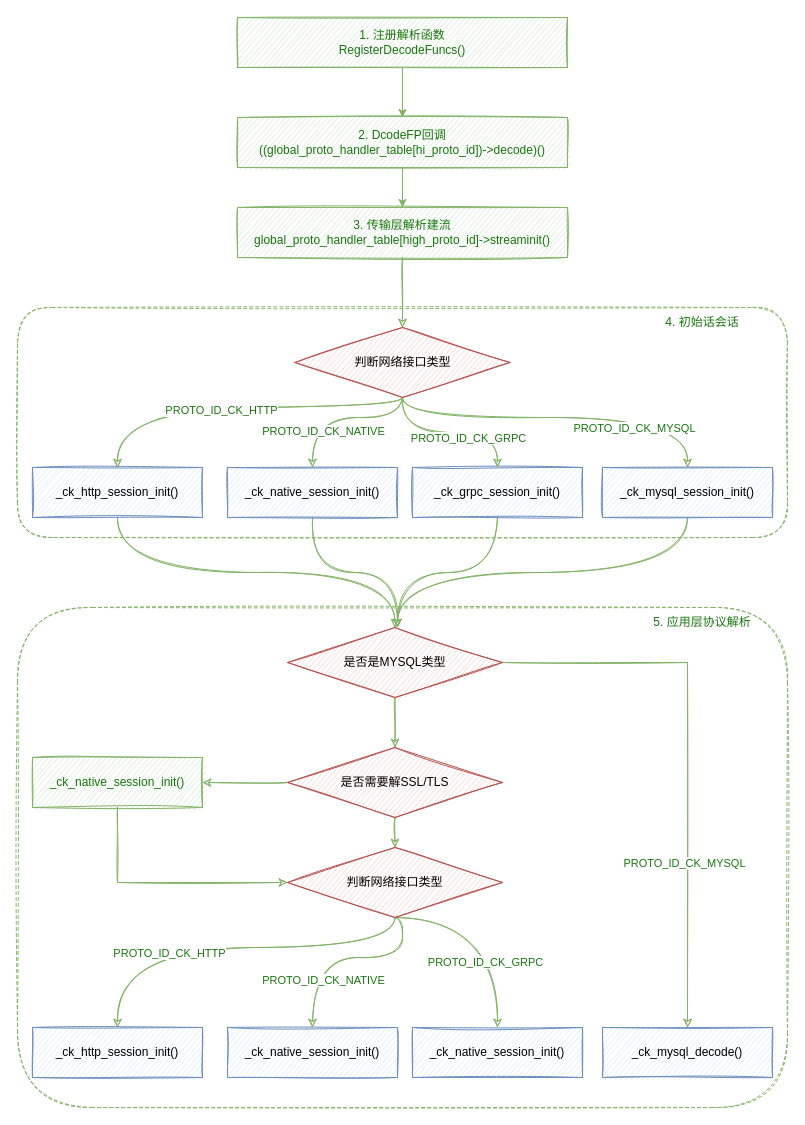
This is ck parse progess.drawio from leonce28/draw-io-img, a draw.io file, before an edit. Source tidied: cells renumbered, new cells numbered last; positions are measured from the earlier drawing's top-left corner, leaving out a move shared by most shapes. Both pictures are drawn from the tidied source at 100%, with x=0, y=0 at pixel (17, 17).
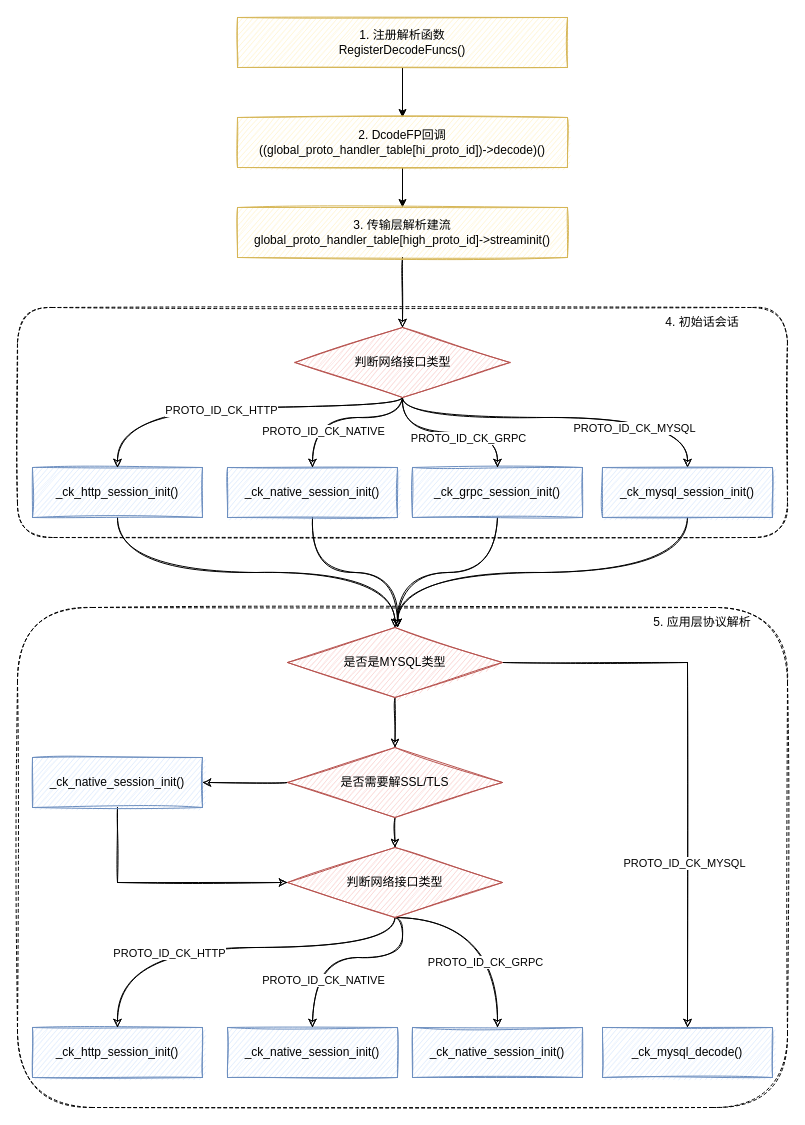
Above is the later version.

The change refers to these unchanged cells:
```xml
<mxCell id="11" value="_ck_native_session_init()" style="rounded=0;whiteSpace=wrap;html=1;fillStyle=auto;fillColor=#dae8fc;gradientDirection=north;sketch=1;strokeColor=#6c8ebf;" parent="1" vertex="1">
  <mxGeometry x="210" y="450" width="170" height="50" as="geometry" />
</mxCell>
<mxCell id="13" value="_ck_http_session_init()" style="rounded=0;whiteSpace=wrap;html=1;fillStyle=auto;fillColor=#dae8fc;gradientDirection=north;sketch=1;strokeColor=#6c8ebf;" parent="1" vertex="1">
  <mxGeometry x="15" y="450" width="170" height="50" as="geometry" />
</mxCell>
<mxCell id="15" value="_ck_grpc_session_init()" style="rounded=0;whiteSpace=wrap;html=1;fillStyle=auto;fillColor=#dae8fc;gradientDirection=north;sketch=1;strokeColor=#6c8ebf;" parent="1" vertex="1">
  <mxGeometry x="395" y="450" width="170" height="50" as="geometry" />
</mxCell>
<mxCell id="24" value="&lt;span style=&quot;font-family: monospace; font-size: 0px;&quot;&gt;4&lt;/span&gt;" style="rhombus;whiteSpace=wrap;html=1;fillStyle=auto;strokeColor=#b85450;fillColor=#f8cecc;sketch=1;" parent="1" vertex="1">
  <mxGeometry x="277.5" y="310" width="215" height="70" as="geometry" />
</mxCell>
<mxCell id="27" value="_ck_mysql_session_init()" style="rounded=0;whiteSpace=wrap;html=1;fillStyle=auto;fillColor=#dae8fc;gradientDirection=north;sketch=1;strokeColor=#6c8ebf;" parent="1" vertex="1">
  <mxGeometry x="585" y="450" width="170" height="50" as="geometry" />
</mxCell>
<mxCell id="29" value="_ck_native_session_init()" style="rounded=0;whiteSpace=wrap;html=1;fillStyle=auto;fillColor=#dae8fc;gradientDirection=north;sketch=1;strokeColor=#6c8ebf;" parent="1" vertex="1">
  <mxGeometry x="210" y="1010" width="170" height="50" as="geometry" />
</mxCell>
<mxCell id="30" value="_ck_http_session_init()" style="rounded=0;whiteSpace=wrap;html=1;fillStyle=auto;fillColor=#dae8fc;gradientDirection=north;sketch=1;strokeColor=#6c8ebf;" parent="1" vertex="1">
  <mxGeometry x="15" y="1010" width="170" height="50" as="geometry" />
</mxCell>
<mxCell id="31" value="_ck_native_session_init()" style="rounded=0;whiteSpace=wrap;html=1;fillStyle=auto;fillColor=#dae8fc;gradientDirection=north;sketch=1;strokeColor=#6c8ebf;" parent="1" vertex="1">
  <mxGeometry x="395" y="1010" width="170" height="50" as="geometry" />
</mxCell>
<mxCell id="38" style="rhombus;whiteSpace=wrap;html=1;fillStyle=auto;strokeColor=#b85450;fillColor=#f8cecc;sketch=1;labelBorderColor=#19750F;" parent="1" vertex="1">
  <mxGeometry x="270" y="830" width="215" height="70" as="geometry" />
</mxCell>
<mxCell id="40" value="_ck_mysql_decode()" style="rounded=0;whiteSpace=wrap;html=1;fillStyle=auto;fillColor=#dae8fc;gradientDirection=north;sketch=1;strokeColor=#6c8ebf;" parent="1" vertex="1">
  <mxGeometry x="585" y="1010" width="170" height="50" as="geometry" />
</mxCell>
<mxCell id="45" style="rhombus;whiteSpace=wrap;html=1;fillStyle=auto;strokeColor=#b85450;fillColor=#f8cecc;sketch=1;labelBorderColor=#19750F;" parent="1" vertex="1">
  <mxGeometry x="270" y="610" width="215" height="70" as="geometry" />
</mxCell>
<mxCell id="51" style="rhombus;whiteSpace=wrap;html=1;fillStyle=auto;strokeColor=#b85450;fillColor=#f8cecc;sketch=1;labelBorderColor=#19750F;" parent="1" vertex="1">
  <mxGeometry x="270" y="730" width="215" height="70" as="geometry" />
</mxCell>
```

What changed in the source:
```diff
@@
-    <mxCell id="2" style="rounded=1;whiteSpace=wrap;html=1;shadow=0;glass=0;dashed=1;sketch=1;fillStyle=auto;strokeColor=#82b366;strokeWidth=1;fillColor=none;" parent="1" vertex="1">
+    <mxCell id="2" style="rounded=1;whiteSpace=wrap;html=1;shadow=0;glass=0;dashed=1;sketch=1;fillStyle=auto;strokeWidth=1;fillColor=none;fontColor=#333333;strokeColor=#000000;" parent="1" vertex="1">
       <mxGeometry y="590" width="770" height="500" as="geometry" />
     </mxCell>
-    <mxCell id="3" style="rounded=1;whiteSpace=wrap;html=1;shadow=0;glass=0;dashed=1;sketch=1;fillStyle=auto;strokeColor=#82b366;strokeWidth=1;fillColor=none;" parent="1" vertex="1">
+    <mxCell id="3" style="rounded=1;whiteSpace=wrap;html=1;shadow=0;glass=0;dashed=1;sketch=1;fillStyle=auto;strokeWidth=1;fillColor=none;fontColor=#333333;strokeColor=#000000;" parent="1" vertex="1">
       <mxGeometry y="290" width="770" height="230" as="geometry" />
     </mxCell>
-    <mxCell id="4" style="edgeStyle=orthogonalEdgeStyle;rounded=0;jettySize=auto;html=1;fontColor=#19750F;fillColor=#d5e8d4;strokeColor=#82b366;" parent="1" edge="1" source="5" target="7">
+    <mxCell id="4" style="edgeStyle=orthogonalEdgeStyle;rounded=0;jettySize=auto;html=1;fontColor=#000000;fillColor=#fff2cc;strokeColor=#000000;labelBorderColor=none;" parent="1" edge="1" source="5" target="7">
       <mxGeometry relative="1" as="geometry" />
     </mxCell>
-    <mxCell id="5" value="1. 注册解析函数&lt;br&gt;RegisterDecodeFuncs()" style="rounded=0;whiteSpace=wrap;html=1;fillStyle=auto;fillColor=#d5e8d4;gradientDirection=north;sketch=1;strokeColor=#82b366;fontColor=#19750F;" parent="1" vertex="1">
+    <mxCell id="5" value="1. 注册解析函数&lt;br&gt;RegisterDecodeFuncs()" style="rounded=0;whiteSpace=wrap;html=1;fillStyle=auto;fillColor=#fff2cc;gradientDirection=north;sketch=1;strokeColor=#d6b656;" parent="1" vertex="1">
       <mxGeometry x="220" width="330" height="50" as="geometry" />
     </mxCell>
-    <mxCell id="6" style="edgeStyle=orthogonalEdgeStyle;rounded=0;jettySize=auto;html=1;fontColor=#19750F;fillColor=#d5e8d4;strokeColor=#82b366;" parent="1" edge="1" source="7" target="9">
+    <mxCell id="6" style="edgeStyle=orthogonalEdgeStyle;rounded=0;jettySize=auto;html=1;fontColor=#000000;fillColor=#fff2cc;strokeColor=#000000;labelBorderColor=none;" parent="1" edge="1" source="7" target="9">
       <mxGeometry relative="1" as="geometry" />
     </mxCell>
-    <mxCell id="7" value="2. DcodeFP回调&lt;br&gt;((global_proto_handler_table[hi_proto_id])-&amp;gt;decode)()" style="rounded=0;whiteSpace=wrap;html=1;fillStyle=auto;fillColor=#d5e8d4;gradientDirection=north;sketch=1;strokeColor=#82b366;fontColor=#19750F;" parent="1" vertex="1">
+    <mxCell id="7" value="2. DcodeFP回调&lt;br&gt;((global_proto_handler_table[hi_proto_id])-&amp;gt;decode)()" style="rounded=0;whiteSpace=wrap;html=1;fillStyle=auto;fillColor=#fff2cc;gradientDirection=north;sketch=1;strokeColor=#d6b656;" parent="1" vertex="1">
       <mxGeometry x="220" y="100" width="330" height="50" as="geometry" />
     </mxCell>
-    <mxCell id="8" style="edgeStyle=orthogonalEdgeStyle;rounded=0;sketch=1;jettySize=auto;html=1;exitX=0.5;exitY=1;exitDx=0;exitDy=0;fillColor=#d5e8d4;strokeColor=#82b366;fontColor=#19750F;" parent="1" edge="1" source="9" target="24">
+    <mxCell id="8" style="edgeStyle=orthogonalEdgeStyle;rounded=0;sketch=1;jettySize=auto;html=1;exitX=0.5;exitY=1;exitDx=0;exitDy=0;fillColor=#d5e8d4;strokeColor=#000000;fontColor=#000000;labelBorderColor=none;" parent="1" edge="1" source="9" target="24">
       <mxGeometry relative="1" as="geometry" />
     </mxCell>
-    <mxCell id="9" value="3. 传输层解析建流&lt;br&gt;global_proto_handler_table[high_proto_id]-&amp;gt;streaminit()" style="rounded=0;whiteSpace=wrap;html=1;fillStyle=auto;fillColor=#d5e8d4;gradientDirection=north;sketch=1;strokeColor=#82b366;fontColor=#19750F;" parent="1" vertex="1">
+    <mxCell id="9" value="3. 传输层解析建流&lt;br&gt;global_proto_handler_table[high_proto_id]-&amp;gt;streaminit()" style="rounded=0;whiteSpace=wrap;html=1;fillStyle=auto;fillColor=#fff2cc;gradientDirection=north;sketch=1;strokeColor=#d6b656;" parent="1" vertex="1">
       <mxGeometry x="220" y="190" width="330" height="50" as="geometry" />
     </mxCell>
-    <mxCell id="10" style="edgeStyle=orthogonalEdgeStyle;curved=1;sketch=1;jettySize=auto;html=1;exitX=0.5;exitY=1;exitDx=0;exitDy=0;fontColor=#19750F;labelBorderColor=#19750F;fillColor=#d5e8d4;strokeColor=#82b366;" parent="1" edge="1" source="11">
+    <mxCell id="10" style="edgeStyle=orthogonalEdgeStyle;curved=1;sketch=1;jettySize=auto;html=1;exitX=0.5;exitY=1;exitDx=0;exitDy=0;fontColor=#000000;labelBorderColor=none;fillColor=#d5e8d4;strokeColor=#000000;" parent="1" edge="1" source="11">
       <mxGeometry relative="1" as="geometry">
         <mxPoint x="380" y="610" as="targetPoint" />
       </mxGeometry>
     </mxCell>
@@
-    <mxCell id="12" style="edgeStyle=orthogonalEdgeStyle;curved=1;sketch=1;jettySize=auto;html=1;exitX=0.5;exitY=1;exitDx=0;exitDy=0;fontColor=#19750F;labelBorderColor=#19750F;fillColor=#d5e8d4;strokeColor=#82b366;" parent="1" edge="1" source="13" target="45">
+    <mxCell id="12" style="edgeStyle=orthogonalEdgeStyle;curved=1;sketch=1;jettySize=auto;html=1;exitX=0.5;exitY=1;exitDx=0;exitDy=0;fontColor=#000000;labelBorderColor=none;fillColor=#d5e8d4;strokeColor=#000000;" parent="1" edge="1" source="13" target="45">
       <mxGeometry relative="1" as="geometry" />
     </mxCell>
@@
-    <mxCell id="14" style="edgeStyle=orthogonalEdgeStyle;curved=1;sketch=1;jettySize=auto;html=1;exitX=0.5;exitY=1;exitDx=0;exitDy=0;fontColor=#19750F;labelBorderColor=#19750F;fillColor=#d5e8d4;strokeColor=#82b366;" parent="1" edge="1" source="15">
+    <mxCell id="14" style="edgeStyle=orthogonalEdgeStyle;curved=1;sketch=1;jettySize=auto;html=1;exitX=0.5;exitY=1;exitDx=0;exitDy=0;fontColor=#000000;labelBorderColor=none;fillColor=#d5e8d4;strokeColor=#000000;" parent="1" edge="1" source="15">
       <mxGeometry relative="1" as="geometry">
         <mxPoint x="380" y="610" as="targetPoint" />
       </mxGeometry>
     </mxCell>
@@
-    <mxCell id="16" style="edgeStyle=orthogonalEdgeStyle;jettySize=auto;html=1;exitX=0.5;exitY=1;exitDx=0;exitDy=0;entryX=0.5;entryY=0;entryDx=0;entryDy=0;sketch=1;fillColor=#d5e8d4;strokeColor=#82b366;curved=1;fontColor=#19750F;" parent="1" edge="1" source="24" target="13">
+    <mxCell id="16" style="edgeStyle=orthogonalEdgeStyle;jettySize=auto;html=1;exitX=0.5;exitY=1;exitDx=0;exitDy=0;entryX=0.5;entryY=0;entryDx=0;entryDy=0;sketch=1;fillColor=#d5e8d4;strokeColor=#000000;curved=1;fontColor=#000000;labelBorderColor=none;" parent="1" edge="1" source="24" target="13">
       <mxGeometry relative="1" as="geometry">
         <Array as="points">
           <mxPoint x="385" y="390" />
           <mxPoint x="100" y="390" />
         </Array>
       </mxGeometry>
     </mxCell>
-    <mxCell id="17" value="PROTO_ID_CK_HTTP" style="edgeLabel;html=1;align=center;verticalAlign=middle;fontColor=#19750F;" parent="16" vertex="1">
+    <mxCell id="17" value="PROTO_ID_CK_HTTP" style="edgeLabel;html=1;align=center;verticalAlign=middle;fontColor=#000000;labelBorderColor=none;" parent="16" vertex="1">
       <mxGeometry x="0.08" y="2" relative="1" as="geometry" />
     </mxCell>
-    <mxCell id="18" style="edgeStyle=orthogonalEdgeStyle;jettySize=auto;html=1;exitX=0.5;exitY=1;exitDx=0;exitDy=0;entryX=0.5;entryY=0;entryDx=0;entryDy=0;sketch=1;fillColor=#d5e8d4;strokeColor=#82b366;curved=1;fontColor=#19750F;" parent="1" edge="1" source="24" target="11">
+    <mxCell id="18" style="edgeStyle=orthogonalEdgeStyle;jettySize=auto;html=1;exitX=0.5;exitY=1;exitDx=0;exitDy=0;entryX=0.5;entryY=0;entryDx=0;entryDy=0;sketch=1;fillColor=#d5e8d4;strokeColor=#000000;curved=1;fontColor=#000000;labelBorderColor=none;" parent="1" edge="1" source="24" target="11">
       <mxGeometry relative="1" as="geometry">
         <Array as="points">
           <mxPoint x="385" y="400" />
           <mxPoint x="295" y="400" />
         </Array>
       </mxGeometry>
     </mxCell>
-    <mxCell id="19" value="PROTO_ID_CK_NATIVE" style="edgeLabel;html=1;align=center;verticalAlign=middle;fontColor=#19750F;" parent="18" vertex="1">
+    <mxCell id="19" value="PROTO_ID_CK_NATIVE" style="edgeLabel;html=1;align=center;verticalAlign=middle;fontColor=#000000;labelBorderColor=none;" parent="18" vertex="1">
       <mxGeometry x="0.54" y="10" relative="1" as="geometry" />
     </mxCell>
-    <mxCell id="20" style="edgeStyle=orthogonalEdgeStyle;jettySize=auto;html=1;exitX=0.5;exitY=1;exitDx=0;exitDy=0;entryX=0.5;entryY=0;entryDx=0;entryDy=0;sketch=1;fillColor=#d5e8d4;strokeColor=#82b366;curved=1;fontColor=#19750F;" parent="1" edge="1" source="24" target="15">
+    <mxCell id="20" style="edgeStyle=orthogonalEdgeStyle;jettySize=auto;html=1;exitX=0.5;exitY=1;exitDx=0;exitDy=0;entryX=0.5;entryY=0;entryDx=0;entryDy=0;sketch=1;fillColor=#d5e8d4;strokeColor=#000000;curved=1;fontColor=#000000;labelBorderColor=none;" parent="1" edge="1" source="24" target="15">
       <mxGeometry relative="1" as="geometry" />
     </mxCell>
-    <mxCell id="21" value="PROTO_ID_CK_GRPC" style="edgeLabel;html=1;align=center;verticalAlign=middle;fontColor=#19750F;" parent="20" vertex="1">
+    <mxCell id="21" value="PROTO_ID_CK_GRPC" style="edgeLabel;html=1;align=center;verticalAlign=middle;fontColor=#000000;labelBorderColor=none;" parent="20" vertex="1">
       <mxGeometry x="0.04" relative="1" as="geometry">
         <mxPoint x="14" y="5" as="offset" />
       </mxGeometry>
     </mxCell>
-    <mxCell id="22" style="edgeStyle=orthogonalEdgeStyle;curved=1;sketch=1;jettySize=auto;html=1;fillColor=#d5e8d4;strokeColor=#82b366;exitX=0.5;exitY=1;exitDx=0;exitDy=0;fontColor=#19750F;" parent="1" edge="1" source="24" target="27">
+    <mxCell id="22" style="edgeStyle=orthogonalEdgeStyle;curved=1;sketch=1;jettySize=auto;html=1;fillColor=#d5e8d4;strokeColor=#000000;exitX=0.5;exitY=1;exitDx=0;exitDy=0;fontColor=#000000;labelBorderColor=none;" parent="1" edge="1" source="24" target="27">
       <mxGeometry relative="1" as="geometry">
         <Array as="points">
           <mxPoint x="385" y="400" />
           <mxPoint x="670" y="400" />
         </Array>
       </mxGeometry>
     </mxCell>
-    <mxCell id="23" value="PROTO_ID_CK_MYSQL" style="edgeLabel;html=1;align=center;verticalAlign=middle;fontColor=#19750F;" parent="22" vertex="1">
+    <mxCell id="23" value="PROTO_ID_CK_MYSQL" style="edgeLabel;html=1;align=center;verticalAlign=middle;fontColor=#000000;labelBorderColor=none;" parent="22" vertex="1">
       <mxGeometry x="0.41" y="-10" relative="1" as="geometry">
         <mxPoint x="1" as="offset" />
       </mxGeometry>
     </mxCell>
@@
-    <mxCell id="26" style="edgeStyle=orthogonalEdgeStyle;curved=1;sketch=1;jettySize=auto;html=1;exitX=0.5;exitY=1;exitDx=0;exitDy=0;fontColor=#19750F;labelBorderColor=#19750F;fillColor=#d5e8d4;strokeColor=#82b366;" parent="1" edge="1" source="27">
+    <mxCell id="26" style="edgeStyle=orthogonalEdgeStyle;curved=1;sketch=1;jettySize=auto;html=1;exitX=0.5;exitY=1;exitDx=0;exitDy=0;fontColor=#000000;labelBorderColor=none;fillColor=#d5e8d4;strokeColor=#000000;" parent="1" edge="1" source="27">
       <mxGeometry relative="1" as="geometry">
         <mxPoint x="380" y="610" as="targetPoint" />
       </mxGeometry>
     </mxCell>
@@
-    <mxCell id="28" value="4. 初始话会话" style="text;html=1;strokeColor=none;fillColor=none;align=center;verticalAlign=middle;whiteSpace=wrap;rounded=0;shadow=0;glass=0;dashed=1;sketch=1;fillStyle=auto;fontColor=#19750F;" parent="1" vertex="1">
+    <mxCell id="28" value="4. 初始话会话" style="text;html=1;align=center;verticalAlign=middle;whiteSpace=wrap;rounded=0;shadow=0;glass=0;dashed=1;sketch=1;fillStyle=auto;" parent="1" vertex="1">
       <mxGeometry x="630" y="290" width="110" height="30" as="geometry" />
     </mxCell>
@@
-    <mxCell id="32" style="edgeStyle=orthogonalEdgeStyle;jettySize=auto;html=1;exitX=0.5;exitY=1;exitDx=0;exitDy=0;entryX=0.5;entryY=0;entryDx=0;entryDy=0;sketch=1;fillColor=#d5e8d4;strokeColor=#82b366;curved=1;fontColor=#19750F;labelBorderColor=#19750F;" parent="1" edge="1" source="38" target="29">
+    <mxCell id="32" style="edgeStyle=orthogonalEdgeStyle;jettySize=auto;html=1;exitX=0.5;exitY=1;exitDx=0;exitDy=0;entryX=0.5;entryY=0;entryDx=0;entryDy=0;sketch=1;fillColor=#d5e8d4;strokeColor=#000000;curved=1;fontColor=#19750F;labelBorderColor=#19750F;" parent="1" edge="1" source="38" target="29">
       <mxGeometry relative="1" as="geometry">
         <Array as="points">
           <mxPoint x="385" y="900" />
           <mxPoint x="385" y="940" />
           <mxPoint x="295" y="940" />
         </Array>
       </mxGeometry>
     </mxCell>
-    <mxCell id="33" value="PROTO_ID_CK_NATIVE" style="edgeLabel;html=1;align=center;verticalAlign=middle;fontColor=#19750F;labelBorderColor=none;" parent="32" vertex="1">
+    <mxCell id="33" value="PROTO_ID_CK_NATIVE" style="edgeLabel;html=1;align=center;verticalAlign=middle;fontColor=#000000;labelBorderColor=none;" parent="32" vertex="1">
       <mxGeometry x="0.54" y="10" relative="1" as="geometry" />
     </mxCell>
-    <mxCell id="34" style="edgeStyle=orthogonalEdgeStyle;jettySize=auto;html=1;exitX=0.5;exitY=1;exitDx=0;exitDy=0;entryX=0.5;entryY=0;entryDx=0;entryDy=0;sketch=1;fillColor=#d5e8d4;strokeColor=#82b366;curved=1;fontColor=#19750F;labelBorderColor=#19750F;" parent="1" edge="1" source="38" target="31">
+    <mxCell id="34" style="edgeStyle=orthogonalEdgeStyle;jettySize=auto;html=1;exitX=0.5;exitY=1;exitDx=0;exitDy=0;entryX=0.5;entryY=0;entryDx=0;entryDy=0;sketch=1;fillColor=#d5e8d4;strokeColor=#000000;curved=1;fontColor=#19750F;labelBorderColor=#19750F;" parent="1" edge="1" source="38" target="31">
       <mxGeometry relative="1" as="geometry">
         <Array as="points">
           <mxPoint x="480" y="900" />
         </Array>
       </mxGeometry>
     </mxCell>
-    <mxCell id="35" value="PROTO_ID_CK_GRPC" style="edgeLabel;html=1;align=center;verticalAlign=middle;fontColor=#19750F;labelBorderColor=none;" parent="34" vertex="1">
+    <mxCell id="35" value="PROTO_ID_CK_GRPC" style="edgeLabel;html=1;align=center;verticalAlign=middle;fontColor=#000000;labelBorderColor=none;" parent="34" vertex="1">
       <mxGeometry x="0.37" y="-13" relative="1" as="geometry">
         <mxPoint y="1" as="offset" />
       </mxGeometry>
     </mxCell>
-    <mxCell id="36" style="edgeStyle=orthogonalEdgeStyle;sketch=1;jettySize=auto;html=1;exitX=0.5;exitY=1;exitDx=0;exitDy=0;entryX=0.5;entryY=0;entryDx=0;entryDy=0;fontColor=#19750F;curved=1;labelBorderColor=#19750F;fillColor=#d5e8d4;strokeColor=#82b366;" parent="1" edge="1" source="38" target="30">
+    <mxCell id="36" style="edgeStyle=orthogonalEdgeStyle;sketch=1;jettySize=auto;html=1;exitX=0.5;exitY=1;exitDx=0;exitDy=0;entryX=0.5;entryY=0;entryDx=0;entryDy=0;fontColor=#19750F;curved=1;labelBorderColor=#19750F;fillColor=#d5e8d4;strokeColor=#000000;" parent="1" edge="1" source="38" target="30">
       <mxGeometry relative="1" as="geometry">
         <Array as="points">
           <mxPoint x="378" y="930" />
           <mxPoint x="100" y="930" />
         </Array>
       </mxGeometry>
     </mxCell>
-    <mxCell id="37" value="PROTO_ID_CK_HTTP" style="edgeLabel;html=1;align=center;verticalAlign=middle;fontColor=#19750F;labelBorderColor=none;" parent="36" vertex="1">
+    <mxCell id="37" value="PROTO_ID_CK_HTTP" style="edgeLabel;html=1;align=center;verticalAlign=middle;fontColor=#000000;labelBorderColor=none;" parent="36" vertex="1">
       <mxGeometry x="0.32" y="5" relative="1" as="geometry" />
     </mxCell>
@@
-    <mxCell id="41" value="5. 应用层协议解析" style="text;html=1;strokeColor=none;fillColor=none;align=center;verticalAlign=middle;whiteSpace=wrap;rounded=0;shadow=0;glass=0;dashed=1;sketch=1;fillStyle=auto;fontColor=#19750F;labelBorderColor=none;" parent="1" vertex="1">
+    <mxCell id="41" value="5. 应用层协议解析" style="text;html=1;align=center;verticalAlign=middle;whiteSpace=wrap;rounded=0;shadow=0;glass=0;dashed=1;sketch=1;fillStyle=auto;labelBorderColor=none;" parent="1" vertex="1">
       <mxGeometry x="630" y="590" width="110" height="30" as="geometry" />
     </mxCell>
-    <mxCell id="42" style="edgeStyle=orthogonalEdgeStyle;sketch=1;jettySize=auto;html=1;exitX=1;exitY=0.5;exitDx=0;exitDy=0;entryX=0.5;entryY=0;entryDx=0;entryDy=0;fontColor=#19750F;rounded=0;labelBorderColor=#19750F;fillColor=#d5e8d4;strokeColor=#82b366;" parent="1" edge="1" source="45" target="40">
+    <mxCell id="42" style="edgeStyle=orthogonalEdgeStyle;sketch=1;jettySize=auto;html=1;exitX=1;exitY=0.5;exitDx=0;exitDy=0;entryX=0.5;entryY=0;entryDx=0;entryDy=0;fontColor=#000000;rounded=0;labelBorderColor=none;fillColor=#d5e8d4;strokeColor=#000000;" parent="1" edge="1" source="45" target="40">
       <mxGeometry relative="1" as="geometry" />
     </mxCell>
-    <mxCell id="43" value="PROTO_ID_CK_MYSQL" style="edgeLabel;html=1;align=center;verticalAlign=middle;fontColor=#19750F;labelBorderColor=none;" parent="42" vertex="1">
+    <mxCell id="43" value="PROTO_ID_CK_MYSQL" style="edgeLabel;html=1;align=center;verticalAlign=middle;fontColor=#000000;labelBorderColor=none;" parent="42" vertex="1">
       <mxGeometry x="0.4" y="3" relative="1" as="geometry">
         <mxPoint x="-7" as="offset" />
       </mxGeometry>
     </mxCell>
-    <mxCell id="44" style="edgeStyle=orthogonalEdgeStyle;sketch=1;jettySize=auto;html=1;exitX=0.5;exitY=1;exitDx=0;exitDy=0;fontColor=#19750F;rounded=0;labelBorderColor=#19750F;fillColor=#d5e8d4;strokeColor=#82b366;" parent="1" edge="1" source="45" target="51">
+    <mxCell id="44" style="edgeStyle=orthogonalEdgeStyle;sketch=1;jettySize=auto;html=1;exitX=0.5;exitY=1;exitDx=0;exitDy=0;fontColor=#19750F;rounded=0;labelBorderColor=#19750F;fillColor=#d5e8d4;strokeColor=#000000;" parent="1" edge="1" source="45" target="51">
       <mxGeometry relative="1" as="geometry" />
     </mxCell>
@@
-    <mxCell id="47" style="edgeStyle=orthogonalEdgeStyle;rounded=0;sketch=1;jettySize=auto;html=1;exitX=0.5;exitY=1;exitDx=0;exitDy=0;entryX=0;entryY=0.5;entryDx=0;entryDy=0;fontColor=#19750F;labelBorderColor=#19750F;fillColor=#d5e8d4;strokeColor=#82b366;" parent="1" edge="1" source="48" target="38">
+    <mxCell id="47" style="edgeStyle=orthogonalEdgeStyle;rounded=0;sketch=1;jettySize=auto;html=1;exitX=0.5;exitY=1;exitDx=0;exitDy=0;entryX=0;entryY=0.5;entryDx=0;entryDy=0;fontColor=#19750F;labelBorderColor=#19750F;fillColor=#d5e8d4;strokeColor=#000000;" parent="1" edge="1" source="48" target="38">
       <mxGeometry relative="1" as="geometry" />
     </mxCell>
-    <mxCell id="48" value="_ck_native_session_init()" style="rounded=0;whiteSpace=wrap;html=1;fillStyle=auto;fillColor=#d5e8d4;gradientDirection=north;sketch=1;strokeColor=#82b366;fontColor=#19750F;" parent="1" vertex="1">
+    <mxCell id="48" value="_ck_native_session_init()" style="rounded=0;whiteSpace=wrap;html=1;fillStyle=auto;fillColor=#dae8fc;gradientDirection=north;sketch=1;strokeColor=#6c8ebf;" parent="1" vertex="1">
       <mxGeometry x="15" y="740" width="170" height="50" as="geometry" />
     </mxCell>
-    <mxCell id="49" style="edgeStyle=orthogonalEdgeStyle;curved=1;sketch=1;jettySize=auto;html=1;exitX=0;exitY=0.5;exitDx=0;exitDy=0;fontColor=#19750F;labelBorderColor=#19750F;fillColor=#d5e8d4;strokeColor=#82b366;" parent="1" edge="1" source="51" target="48">
+    <mxCell id="49" style="edgeStyle=orthogonalEdgeStyle;curved=1;sketch=1;jettySize=auto;html=1;exitX=0;exitY=0.5;exitDx=0;exitDy=0;fontColor=#19750F;labelBorderColor=#19750F;fillColor=#d5e8d4;strokeColor=#000000;" parent="1" edge="1" source="51" target="48">
       <mxGeometry relative="1" as="geometry" />
     </mxCell>
-    <mxCell id="50" style="edgeStyle=orthogonalEdgeStyle;sketch=1;jettySize=auto;html=1;exitX=0.5;exitY=1;exitDx=0;exitDy=0;entryX=0.5;entryY=0;entryDx=0;entryDy=0;fontColor=#19750F;rounded=0;labelBorderColor=#19750F;fillColor=#d5e8d4;strokeColor=#82b366;" parent="1" edge="1" source="51" target="38">
+    <mxCell id="50" style="edgeStyle=orthogonalEdgeStyle;sketch=1;jettySize=auto;html=1;exitX=0.5;exitY=1;exitDx=0;exitDy=0;entryX=0.5;entryY=0;entryDx=0;entryDy=0;fontColor=#19750F;rounded=0;labelBorderColor=#19750F;fillColor=#d5e8d4;strokeColor=#000000;" parent="1" edge="1" source="51" target="38">
       <mxGeometry relative="1" as="geometry" />
     </mxCell>
```
